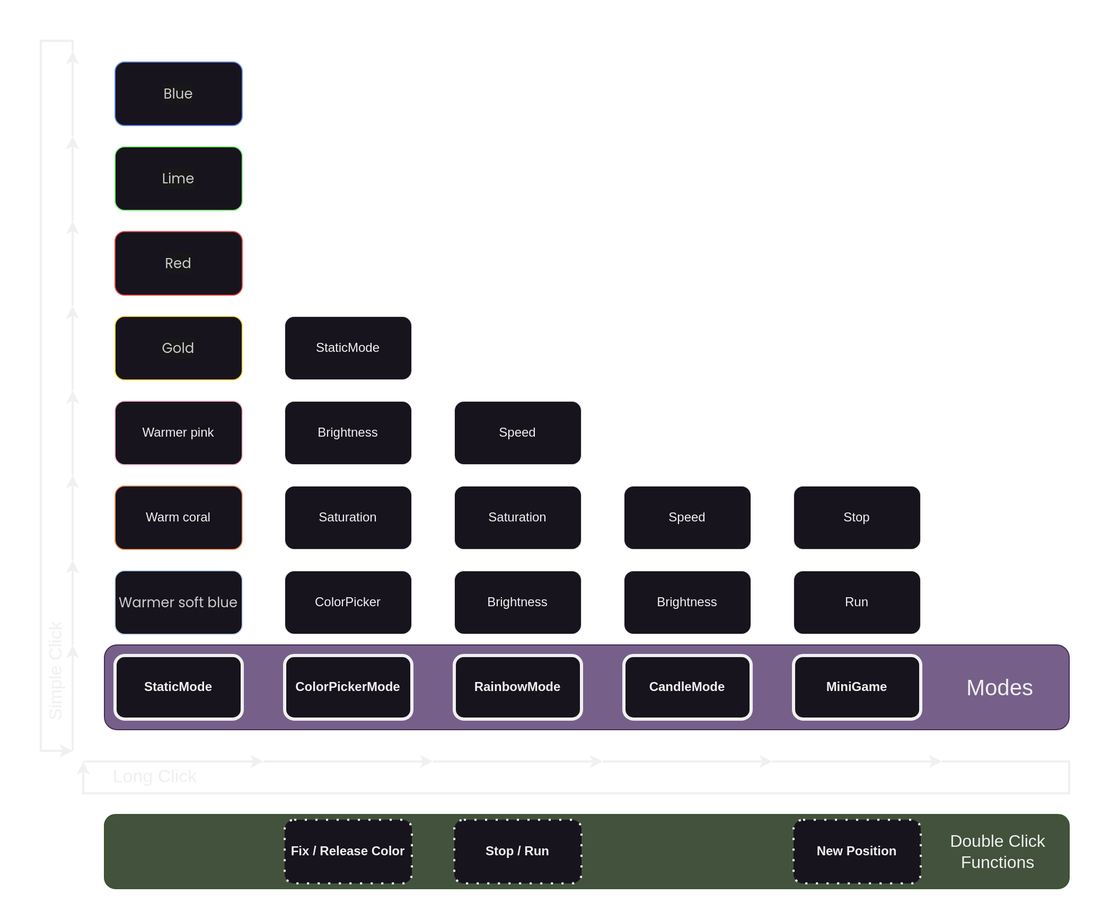
This is media/images/modes.png from Friedjof/GlowLight, a draw.io export, as it was before one commit. Source tidied: cells renumbered, new cells last; positions are measured from the earlier drawing's top-left corner, leaving out a move shared by most shapes.
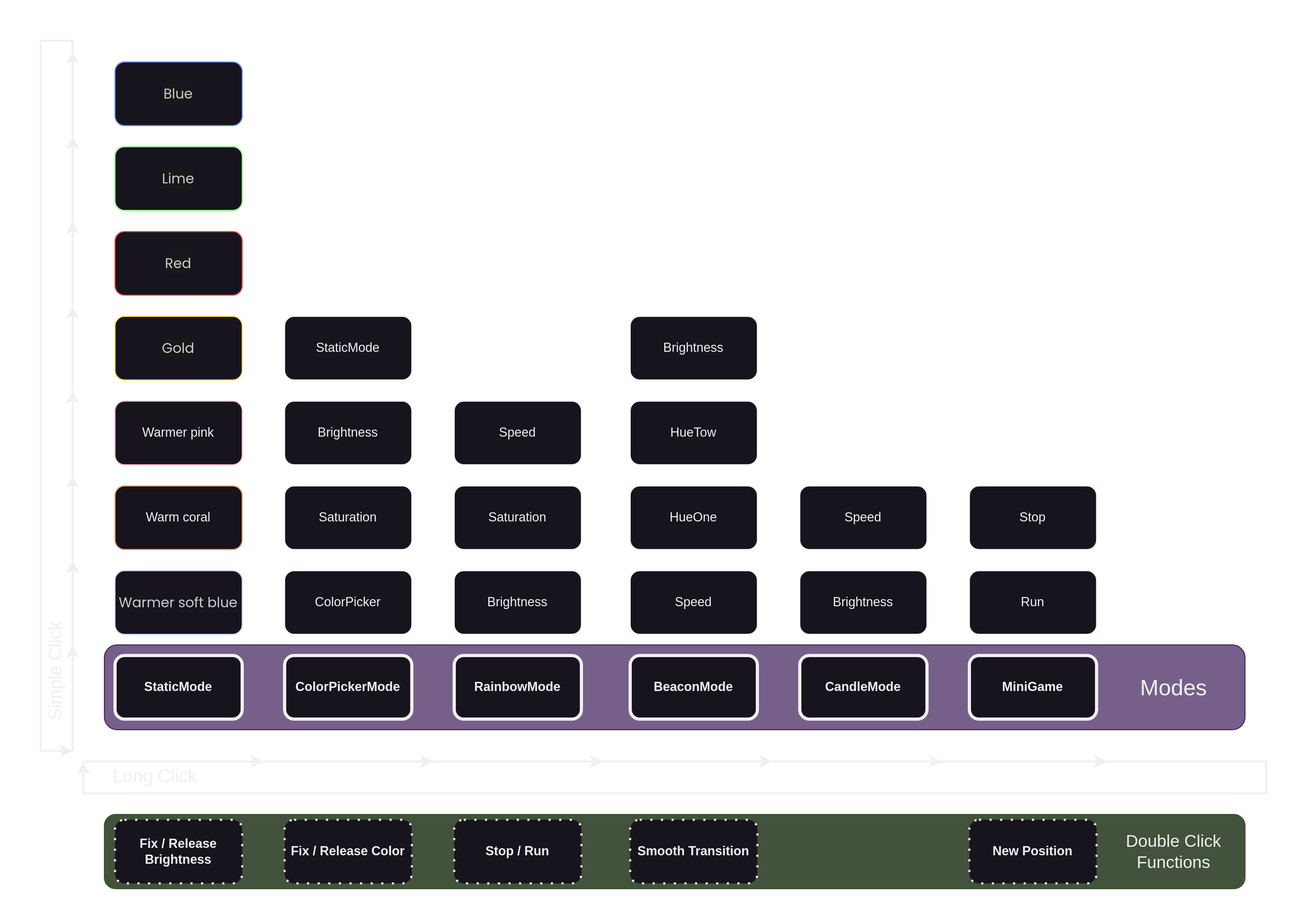
Above is the later version.

Diff of the diagram source:
```diff
@@ -3,10 +3,10 @@
     <mxCell id="0" />
     <mxCell id="1" parent="0" />
     <mxCell id="2" style="rounded=1;whiteSpace=wrap;html=1;strokeWidth=1;fontStyle=1;fillColor=#42523C;fontColor=#ffffff;strokeColor=#3A5431;" parent="1" vertex="1">
-      <mxGeometry x="100" y="730" width="910" height="70" as="geometry" />
+      <mxGeometry x="100" y="730" width="1076" height="70" as="geometry" />
     </mxCell>
     <mxCell id="3" style="rounded=1;whiteSpace=wrap;html=1;strokeWidth=1;fontStyle=1;fillColor=#76608a;fontColor=#ffffff;strokeColor=#432D57;" parent="1" vertex="1">
-      <mxGeometry x="100" y="570" width="910" height="80" as="geometry" />
+      <mxGeometry x="100" y="570" width="1076" height="80" as="geometry" />
     </mxCell>
     <mxCell id="4" value="StaticMode" style="rounded=1;whiteSpace=wrap;html=1;strokeWidth=3;fontStyle=1;" parent="1" vertex="1">
       <mxGeometry x="110" y="580" width="120" height="60" as="geometry" />
@@ -18,10 +18,10 @@
       <mxGeometry x="430" y="580" width="120" height="60" as="geometry" />
     </mxCell>
     <mxCell id="7" value="CandleMode" style="rounded=1;whiteSpace=wrap;html=1;strokeWidth=3;fontStyle=1;" parent="1" vertex="1">
-      <mxGeometry x="590" y="580" width="120" height="60" as="geometry" />
+      <mxGeometry x="756" y="580" width="120" height="60" as="geometry" />
     </mxCell>
     <mxCell id="8" value="MiniGame" style="rounded=1;whiteSpace=wrap;html=1;strokeWidth=3;fontStyle=1;" parent="1" vertex="1">
-      <mxGeometry x="750" y="580" width="120" height="60" as="geometry" />
+      <mxGeometry x="916" y="580" width="120" height="60" as="geometry" />
     </mxCell>
     <mxCell id="9" value="&lt;div style=&quot;text-align: left;&quot;&gt;&lt;font face=&quot;system-ui, Ubuntu, Droid Sans, sans-serif&quot; color=&quot;#cccccc&quot;&gt;&lt;span style=&quot;font-size: 13px;&quot;&gt;Warmer soft blue&lt;/span&gt;&lt;/font&gt;&lt;br&gt;&lt;/div&gt;" style="rounded=1;whiteSpace=wrap;html=1;strokeWidth=1;strokeColor=#BED2F0;" parent="1" vertex="1">
       <mxGeometry x="110" y="500" width="120" height="60" as="geometry" />
@@ -66,16 +66,16 @@
       <mxGeometry x="430" y="340" width="120" height="60" as="geometry" />
     </mxCell>
     <mxCell id="23" value="Brightness" style="rounded=1;whiteSpace=wrap;html=1;strokeWidth=1;strokeColor=default;" parent="1" vertex="1">
-      <mxGeometry x="590" y="500" width="120" height="60" as="geometry" />
+      <mxGeometry x="756" y="500" width="120" height="60" as="geometry" />
     </mxCell>
     <mxCell id="24" value="Speed" style="rounded=1;whiteSpace=wrap;html=1;strokeWidth=1;" parent="1" vertex="1">
-      <mxGeometry x="590" y="420" width="120" height="60" as="geometry" />
+      <mxGeometry x="756" y="420" width="120" height="60" as="geometry" />
     </mxCell>
     <mxCell id="25" value="Run" style="rounded=1;whiteSpace=wrap;html=1;strokeWidth=1;" parent="1" vertex="1">
-      <mxGeometry x="750" y="500" width="120" height="60" as="geometry" />
+      <mxGeometry x="916" y="500" width="120" height="60" as="geometry" />
     </mxCell>
     <mxCell id="26" value="Stop" style="rounded=1;whiteSpace=wrap;html=1;strokeWidth=1;" parent="1" vertex="1">
-      <mxGeometry x="750" y="420" width="120" height="60" as="geometry" />
+      <mxGeometry x="916" y="420" width="120" height="60" as="geometry" />
     </mxCell>
     <mxCell id="27" value="Fix / Release Color" style="rounded=1;whiteSpace=wrap;html=1;strokeWidth=2;fontStyle=1;dashed=1;dashPattern=1 4;" parent="1" vertex="1">
       <mxGeometry x="270" y="735" width="120" height="60" as="geometry" />
@@ -169,11 +169,11 @@
     </mxCell>
     <mxCell id="44" style="endArrow=classic;html=1;rounded=0;strokeWidth=2;" parent="1" edge="1">
       <mxGeometry relative="1" as="geometry">
-        <mxPoint x="890" y="680" as="sourcePoint" />
+        <mxPoint x="1046" y="680" as="sourcePoint" />
         <mxPoint x="80" y="680" as="targetPoint" />
         <Array as="points">
-          <mxPoint x="1010" y="680" />
-          <mxPoint x="1010" y="710" />
+          <mxPoint x="1196" y="680" />
+          <mxPoint x="1196" y="710" />
           <mxPoint x="80" y="710" />
         </Array>
       </mxGeometry>
@@ -190,13 +190,40 @@
       </mxGeometry>
     </mxCell>
     <mxCell id="46" value="Modes" style="text;html=1;align=center;verticalAlign=middle;whiteSpace=wrap;rounded=0;fontSize=21;" parent="1" vertex="1">
-      <mxGeometry x="900" y="587.5" width="90" height="45" as="geometry" />
+      <mxGeometry x="1064" y="587.5" width="90" height="45" as="geometry" />
     </mxCell>
     <mxCell id="47" value="Double Click Functions" style="text;html=1;align=center;verticalAlign=middle;whiteSpace=wrap;rounded=0;fontSize=16;" parent="1" vertex="1">
-      <mxGeometry x="876" y="735" width="134" height="60" as="geometry" />
+      <mxGeometry x="1042" y="735" width="134" height="60" as="geometry" />
     </mxCell>
     <mxCell id="48" value="New Position" style="rounded=1;whiteSpace=wrap;html=1;strokeWidth=2;fontStyle=1;dashed=1;dashPattern=1 4;" parent="1" vertex="1">
-      <mxGeometry x="750" y="735" width="120" height="60" as="geometry" />
+      <mxGeometry x="916" y="735" width="120" height="60" as="geometry" />
     </mxCell>
+    <mxCell id="49" value="Fix / Release Brightness" style="rounded=1;whiteSpace=wrap;html=1;strokeWidth=2;fontStyle=1;dashed=1;dashPattern=1 4;" parent="1" vertex="1">
+      <mxGeometry x="110" y="735" width="120" height="60" as="geometry" />
+    </mxCell>
+    <mxCell id="50" value="BeaconMode" style="rounded=1;whiteSpace=wrap;html=1;strokeWidth=3;fontStyle=1;" parent="1" vertex="1">
+      <mxGeometry x="596" y="580" width="120" height="60" as="geometry" />
+    </mxCell>
+    <mxCell id="51" value="Speed" style="rounded=1;whiteSpace=wrap;html=1;strokeWidth=1;strokeColor=default;" parent="1" vertex="1">
+      <mxGeometry x="596" y="500" width="120" height="60" as="geometry" />
+    </mxCell>
+    <mxCell id="52" value="HueOne" style="rounded=1;whiteSpace=wrap;html=1;strokeWidth=1;strokeColor=default;" parent="1" vertex="1">
+      <mxGeometry x="596" y="420" width="120" height="60" as="geometry" />
+    </mxCell>
+    <mxCell id="53" value="HueTow" style="rounded=1;whiteSpace=wrap;html=1;strokeWidth=1;strokeColor=default;" parent="1" vertex="1">
+      <mxGeometry x="596" y="340" width="120" height="60" as="geometry" />
+    </mxCell>
+    <mxCell id="54" value="Brightness" style="rounded=1;whiteSpace=wrap;html=1;strokeWidth=1;strokeColor=default;" parent="1" vertex="1">
+      <mxGeometry x="596" y="260" width="120" height="60" as="geometry" />
+    </mxCell>
+    <mxCell id="55" value="Smooth Transition" style="rounded=1;whiteSpace=wrap;html=1;strokeWidth=2;fontStyle=1;dashed=1;dashPattern=1 4;" parent="1" vertex="1">
+      <mxGeometry x="596" y="735" width="120" height="60" as="geometry" />
+    </mxCell>
+    <mxCell id="56" style="endArrow=classic;html=1;rounded=0;strokeWidth=2;" parent="1" edge="1">
+      <mxGeometry relative="1" as="geometry">
+        <mxPoint x="886" y="680" as="sourcePoint" />
+        <mxPoint x="1046" y="680" as="targetPoint" />
+      </mxGeometry>
+    </mxCell>
   </root>
 </mxGraphModel>
```
